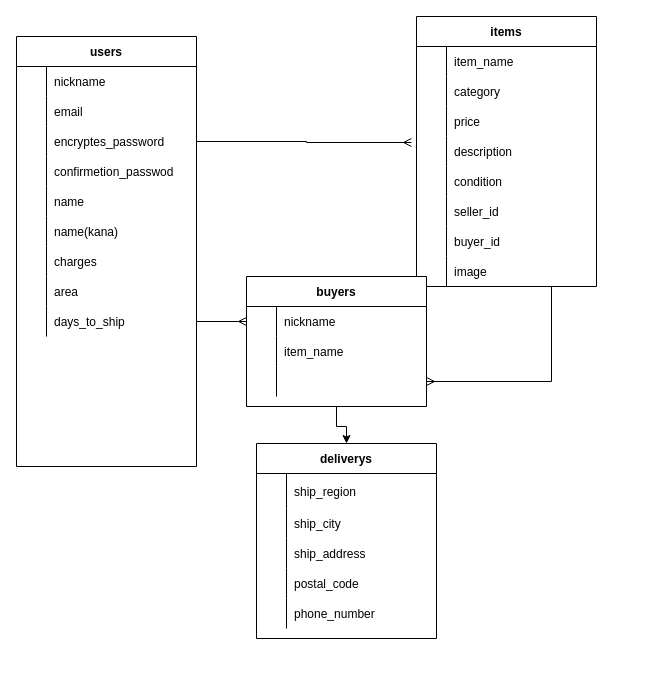
Above: app/assets/images/test.dio in motuko61/furima-35954 (draw.io), before the change. Source tidied: cells renumbered, new cells numbered last; positions are measured from the earlier drawing's top-left corner, leaving out a move shared by most shapes. Both pictures are drawn from the tidied source at 100%, with x=0, y=0 at pixel (16, 16).
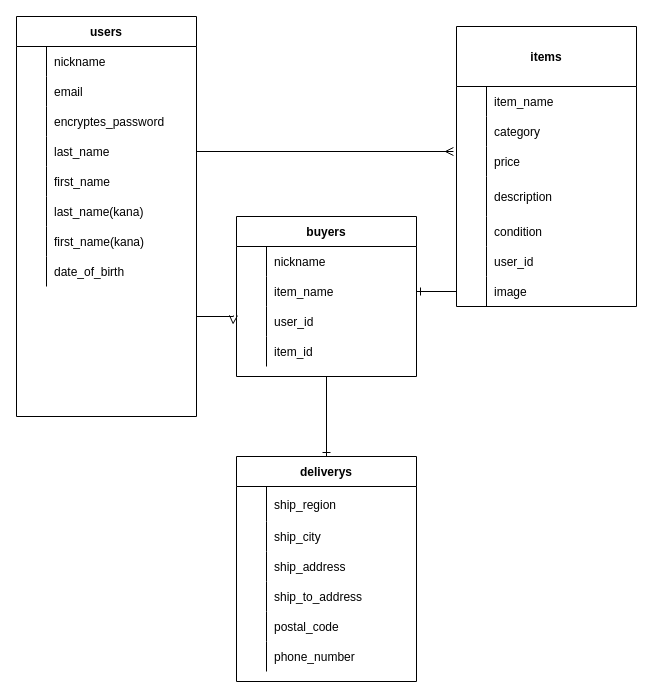
After the change.

Unchanged cells that the change refers to:
```xml
<mxCell id="46" style="shape=partialRectangle;fillColor=none;top=0;left=0;bottom=0;right=0;points=[[0,0.5],[1,0.5]];portConstraint=eastwest;" parent="45" vertex="1">
  <mxGeometry y="30" width="180" height="30" as="geometry" />
</mxCell>
<mxCell id="49" style="shape=partialRectangle;fillColor=none;top=0;left=0;bottom=0;right=0;points=[[0,0.5],[1,0.5]];portConstraint=eastwest;" parent="45" vertex="1">
  <mxGeometry y="60" width="180" height="30" as="geometry" />
</mxCell>
<mxCell id="52" style="shape=partialRectangle;fillColor=none;top=0;left=0;bottom=0;right=0;points=[[0,0.5],[1,0.5]];portConstraint=eastwest;" parent="45" vertex="1">
  <mxGeometry y="90" width="180" height="30" as="geometry" />
</mxCell>
<mxCell id="62" style="shape=partialRectangle;fillColor=none;top=0;left=0;bottom=0;right=0;points=[[0,0.5],[1,0.5]];portConstraint=eastwest;" parent="55" vertex="1">
  <mxGeometry y="90" width="180" height="30" as="geometry" />
</mxCell>
<mxCell id="65" style="shape=partialRectangle;fillColor=none;top=0;left=0;bottom=0;right=0;points=[[0,0.5],[1,0.5]];portConstraint=eastwest;" parent="55" vertex="1">
  <mxGeometry y="120" width="180" height="30" as="geometry" />
</mxCell>
<mxCell id="68" style="shape=partialRectangle;fillColor=none;top=0;left=0;bottom=0;right=0;" parent="55" vertex="1">
  <mxGeometry y="150" width="180" height="30" as="geometry" />
</mxCell>
<mxCell id="71" style="shape=partialRectangle;fillColor=none;top=0;left=0;bottom=0;right=0;" parent="55" vertex="1">
  <mxGeometry y="180" width="180" height="30" as="geometry" />
</mxCell>
```

Diff of the diagram source:
```diff
@@
     <mxCell id="2" value="deliverys" style="shape=table;startSize=30;childLayout=tableLayout;rowLines=0;fontStyle=1;align=center;" parent="1" vertex="1">
-      <mxGeometry x="240" y="427" width="180" height="195" as="geometry" />
+      <mxGeometry x="220" y="440" width="180" height="225" as="geometry" />
     </mxCell>
@@
+    <mxCell id="85" style="shape=partialRectangle;fillColor=none;top=0;left=0;bottom=0;right=0;" parent="2" vertex="1">
+      <mxGeometry y="125" width="180" height="30" as="geometry" />
+    </mxCell>
+    <mxCell id="86" style="shape=partialRectangle;fillColor=none;top=0;left=0;bottom=0;right=0;overflow=hidden;" parent="85" vertex="1">
+      <mxGeometry width="30" height="30" as="geometry" />
+    </mxCell>
+    <mxCell id="87" value="ship_to_address" style="shape=partialRectangle;fillColor=none;top=0;left=0;bottom=0;right=0;align=left;spacingLeft=6;overflow=hidden;" parent="85" vertex="1">
+      <mxGeometry x="30" width="150" height="30" as="geometry" />
+    </mxCell>
     <mxCell id="12" style="shape=partialRectangle;fillColor=none;top=0;left=0;bottom=0;right=0;" parent="2" vertex="1">
-      <mxGeometry y="125" width="180" height="30" as="geometry" />
+      <mxGeometry y="155" width="180" height="30" as="geometry" />
     </mxCell>
@@
     <mxCell id="15" style="shape=partialRectangle;fillColor=none;top=0;left=0;bottom=0;right=0;" parent="2" vertex="1">
-      <mxGeometry y="155" width="180" height="30" as="geometry" />
+      <mxGeometry y="185" width="180" height="30" as="geometry" />
     </mxCell>
@@
-    <mxCell id="18" style="edgeStyle=orthogonalEdgeStyle;rounded=0;jettySize=auto;html=1;exitX=0.75;exitY=1;exitDx=0;exitDy=0;entryX=1;entryY=0.5;entryDx=0;entryDy=0;endArrow=ERmany;endFill=0;" parent="1" edge="1" source="19" target="52">
+    <mxCell id="18" style="edgeStyle=orthogonalEdgeStyle;rounded=0;jettySize=auto;html=1;exitX=0.75;exitY=1;exitDx=0;exitDy=0;entryX=1;entryY=0.5;entryDx=0;entryDy=0;endArrow=ERmany;endFill=0;" parent="1" edge="1" source="19">
       <mxGeometry relative="1" as="geometry" />
     </mxCell>
-    <mxCell id="19" value="items" style="shape=table;startSize=30;childLayout=tableLayout;rowLines=0;fontStyle=1;align=center;" parent="1" vertex="1">
-      <mxGeometry x="400" width="180" height="270" as="geometry" />
+    <mxCell id="19" value="items" style="shape=table;startSize=60;childLayout=tableLayout;rowLines=0;fontStyle=1;align=center;" parent="1" vertex="1">
+      <mxGeometry x="440" y="10" width="180" height="280" as="geometry" />
     </mxCell>
     <mxCell id="20" style="shape=partialRectangle;fillColor=none;top=0;left=0;bottom=0;right=0;" parent="19" vertex="1">
-      <mxGeometry y="30" width="180" height="30" as="geometry" />
+      <mxGeometry y="60" width="180" height="30" as="geometry" />
     </mxCell>
@@
     <mxCell id="23" style="shape=partialRectangle;fillColor=none;top=0;left=0;bottom=0;right=0;" parent="19" vertex="1">
-      <mxGeometry y="60" width="180" height="30" as="geometry" />
+      <mxGeometry y="90" width="180" height="30" as="geometry" />
     </mxCell>
@@
     <mxCell id="26" style="shape=partialRectangle;fillColor=none;top=0;left=0;bottom=0;right=0;points=[[0,0.5],[1,0.5]];portConstraint=eastwest;" parent="19" vertex="1">
-      <mxGeometry y="90" width="180" height="30" as="geometry" />
+      <mxGeometry y="120" width="180" height="30" as="geometry" />
     </mxCell>
@@
     <mxCell id="29" style="shape=partialRectangle;fillColor=none;top=0;left=0;bottom=0;right=0;points=[[0,0.5],[1,0.5]];portConstraint=eastwest;" parent="19" vertex="1">
-      <mxGeometry y="120" width="180" height="30" as="geometry" />
+      <mxGeometry y="150" width="180" height="40" as="geometry" />
     </mxCell>
     <mxCell id="30" style="shape=partialRectangle;fillColor=none;top=0;left=0;bottom=0;right=0;overflow=hidden;" parent="29" vertex="1">
-      <mxGeometry width="30" height="30" as="geometry" />
+      <mxGeometry width="30" height="40" as="geometry" />
     </mxCell>
     <mxCell id="31" value="description" style="shape=partialRectangle;fillColor=none;top=0;left=0;bottom=0;right=0;align=left;spacingLeft=6;overflow=hidden;" parent="29" vertex="1">
-      <mxGeometry x="30" width="150" height="30" as="geometry" />
+      <mxGeometry x="30" width="150" height="40" as="geometry" />
     </mxCell>
     <mxCell id="32" style="shape=partialRectangle;fillColor=none;top=0;left=0;bottom=0;right=0;" parent="19" vertex="1">
-      <mxGeometry y="150" width="180" height="30" as="geometry" />
+      <mxGeometry y="190" width="180" height="30" as="geometry" />
     </mxCell>
@@
-    <mxCell id="35" style="shape=partialRectangle;fillColor=none;top=0;left=0;bottom=0;right=0;" parent="19" vertex="1">
-      <mxGeometry y="180" width="180" height="30" as="geometry" />
-    </mxCell>
-    <mxCell id="36" style="shape=partialRectangle;fillColor=none;top=0;left=0;bottom=0;right=0;overflow=hidden;" parent="35" vertex="1">
-      <mxGeometry width="30" height="30" as="geometry" />
-    </mxCell>
-    <mxCell id="37" value="seller_id" style="shape=partialRectangle;fillColor=none;top=0;left=0;bottom=0;right=0;align=left;spacingLeft=6;overflow=hidden;" parent="35" vertex="1">
-      <mxGeometry x="30" width="150" height="30" as="geometry" />
-    </mxCell>
     <mxCell id="38" style="shape=partialRectangle;fillColor=none;top=0;left=0;bottom=0;right=0;" parent="19" vertex="1">
-      <mxGeometry y="210" width="180" height="30" as="geometry" />
+      <mxGeometry y="220" width="180" height="30" as="geometry" />
     </mxCell>
@@
-    <mxCell id="40" value="buyer_id" style="shape=partialRectangle;fillColor=none;top=0;left=0;bottom=0;right=0;align=left;spacingLeft=6;overflow=hidden;" parent="38" vertex="1">
+    <mxCell id="40" value="user_id" style="shape=partialRectangle;fillColor=none;top=0;left=0;bottom=0;right=0;align=left;spacingLeft=6;overflow=hidden;" parent="38" vertex="1">
       <mxGeometry x="30" width="150" height="30" as="geometry" />
     </mxCell>
     <mxCell id="41" style="shape=partialRectangle;fillColor=none;top=0;left=0;bottom=0;right=0;points=[[0,0.5],[1,0.5]];portConstraint=eastwest;" parent="19" vertex="1">
-      <mxGeometry y="240" width="180" height="30" as="geometry" />
+      <mxGeometry y="250" width="180" height="30" as="geometry" />
     </mxCell>
@@
-    <mxCell id="44" style="edgeStyle=orthogonalEdgeStyle;rounded=0;jettySize=auto;html=1;exitX=0.5;exitY=1;exitDx=0;exitDy=0;" parent="1" edge="1" source="45" target="2">
+    <mxCell id="44" style="edgeStyle=orthogonalEdgeStyle;rounded=0;jettySize=auto;html=1;exitX=0.5;exitY=1;exitDx=0;exitDy=0;endArrow=ERone;endFill=0;" parent="1" edge="1" source="45" target="2">
       <mxGeometry relative="1" as="geometry" />
     </mxCell>
     <mxCell id="45" value="buyers" style="shape=table;startSize=30;childLayout=tableLayout;rowLines=0;fontStyle=1;align=center;" parent="1" vertex="1">
-      <mxGeometry x="230" y="260" width="180" height="130" as="geometry" />
+      <mxGeometry x="220" y="200" width="180" height="160" as="geometry" />
     </mxCell>
@@
-    <mxCell id="53" style="shape=partialRectangle;fillColor=none;top=0;left=0;bottom=0;right=0;overflow=hidden;" parent="52" vertex="1">
-      <mxGeometry width="30" height="30" as="geometry" />
-    </mxCell>
-    <mxCell id="54" style="shape=partialRectangle;fillColor=none;top=0;left=0;bottom=0;right=0;align=left;spacingLeft=6;overflow=hidden;" parent="52" vertex="1">
-      <mxGeometry x="30" width="150" height="30" as="geometry" />
-    </mxCell>
+    <mxCell id="88" style="shape=partialRectangle;fillColor=none;top=0;left=0;bottom=0;right=0;overflow=hidden;" parent="52" vertex="1">
+      <mxGeometry width="30" height="30" as="geometry" />
+    </mxCell>
+    <mxCell id="89" value="user_id" style="shape=partialRectangle;fillColor=none;top=0;left=0;bottom=0;right=0;align=left;spacingLeft=6;overflow=hidden;" parent="52" vertex="1">
+      <mxGeometry x="30" width="150" height="30" as="geometry" />
+    </mxCell>
+    <mxCell id="90" style="shape=partialRectangle;fillColor=none;top=0;left=0;bottom=0;right=0;" parent="45" vertex="1">
+      <mxGeometry y="120" width="180" height="30" as="geometry" />
+    </mxCell>
+    <mxCell id="91" style="shape=partialRectangle;fillColor=none;top=0;left=0;bottom=0;right=0;overflow=hidden;" parent="90" vertex="1">
+      <mxGeometry width="30" height="30" as="geometry" />
+    </mxCell>
+    <mxCell id="92" value="item_id" style="shape=partialRectangle;fillColor=none;top=0;left=0;bottom=0;right=0;align=left;spacingLeft=6;overflow=hidden;" parent="90" vertex="1">
+      <mxGeometry x="30" width="150" height="30" as="geometry" />
+    </mxCell>
+    <mxCell id="93" style="edgeStyle=orthogonalEdgeStyle;rounded=0;jettySize=auto;html=1;exitX=1;exitY=0.75;exitDx=0;exitDy=0;entryX=-0.017;entryY=0.3;entryDx=0;entryDy=0;entryPerimeter=0;endArrow=ERmany;endFill=0;" parent="1" edge="1" source="55" target="52">
+      <mxGeometry relative="1" as="geometry" />
+    </mxCell>
     <mxCell id="55" value="users" style="shape=table;startSize=30;childLayout=tableLayout;rowLines=0;fontStyle=1;align=center;" parent="1" vertex="1">
-      <mxGeometry y="20" width="180" height="430" as="geometry" />
+      <mxGeometry width="180" height="400" as="geometry" />
     </mxCell>
@@
-    <mxCell id="67" value="confirmetion_passwod" style="shape=partialRectangle;fillColor=none;top=0;left=0;bottom=0;right=0;align=left;spacingLeft=6;overflow=hidden;shadow=1;" parent="65" vertex="1">
+    <mxCell id="67" value="last_name" style="shape=partialRectangle;fillColor=none;top=0;left=0;bottom=0;right=0;align=left;spacingLeft=6;overflow=hidden;shadow=1;" parent="65" vertex="1">
       <mxGeometry x="30" width="150" height="30" as="geometry" />
     </mxCell>
@@
-    <mxCell id="70" value="name" style="shape=partialRectangle;fillColor=none;top=0;left=0;bottom=0;right=0;align=left;spacingLeft=6;overflow=hidden;shadow=1;" parent="68" vertex="1">
+    <mxCell id="70" value="first_name" style="shape=partialRectangle;fillColor=none;top=0;left=0;bottom=0;right=0;align=left;spacingLeft=6;overflow=hidden;shadow=1;" parent="68" vertex="1">
       <mxGeometry x="30" width="150" height="30" as="geometry" />
     </mxCell>
@@
-    <mxCell id="73" value="name(kana)" style="shape=partialRectangle;fillColor=none;top=0;left=0;bottom=0;right=0;align=left;spacingLeft=6;overflow=hidden;shadow=1;" parent="71" vertex="1">
+    <mxCell id="73" value="last_name(kana)" style="shape=partialRectangle;fillColor=none;top=0;left=0;bottom=0;right=0;align=left;spacingLeft=6;overflow=hidden;shadow=1;" parent="71" vertex="1">
       <mxGeometry x="30" width="150" height="30" as="geometry" />
     </mxCell>
+    <mxCell id="94" style="shape=partialRectangle;fillColor=none;top=0;left=0;bottom=0;right=0;" parent="55" vertex="1">
+      <mxGeometry y="210" width="180" height="30" as="geometry" />
+    </mxCell>
+    <mxCell id="95" style="shape=partialRectangle;fillColor=none;top=0;left=0;bottom=0;right=0;overflow=hidden;" parent="94" vertex="1">
+      <mxGeometry width="30" height="30" as="geometry" />
+    </mxCell>
+    <mxCell id="96" value="first_name(kana)" style="shape=partialRectangle;fillColor=none;top=0;left=0;bottom=0;right=0;align=left;spacingLeft=6;overflow=hidden;shadow=1;" parent="94" vertex="1">
+      <mxGeometry x="30" width="150" height="30" as="geometry" />
+    </mxCell>
     <mxCell id="74" style="shape=partialRectangle;fillColor=none;top=0;left=0;bottom=0;right=0;" parent="55" vertex="1">
-      <mxGeometry y="210" width="180" height="30" as="geometry" />
+      <mxGeometry y="240" width="180" height="30" as="geometry" />
     </mxCell>
@@
-    <mxCell id="76" value="charges" style="shape=partialRectangle;fillColor=none;top=0;left=0;bottom=0;right=0;align=left;spacingLeft=6;overflow=hidden;shadow=1;" parent="74" vertex="1">
+    <mxCell id="76" value="date_of_birth" style="shape=partialRectangle;fillColor=none;top=0;left=0;bottom=0;right=0;align=left;spacingLeft=6;overflow=hidden;shadow=1;" parent="74" vertex="1">
       <mxGeometry x="30" width="150" height="30" as="geometry" />
     </mxCell>
-    <mxCell id="77" style="shape=partialRectangle;fillColor=none;top=0;left=0;bottom=0;right=0;" parent="55" vertex="1">
-      <mxGeometry y="240" width="180" height="30" as="geometry" />
-    </mxCell>
-    <mxCell id="78" style="shape=partialRectangle;fillColor=none;top=0;left=0;bottom=0;right=0;overflow=hidden;" parent="77" vertex="1">
-      <mxGeometry width="30" height="30" as="geometry" />
-    </mxCell>
-    <mxCell id="79" value="area" style="shape=partialRectangle;fillColor=none;top=0;left=0;bottom=0;right=0;align=left;spacingLeft=6;overflow=hidden;shadow=1;" parent="77" vertex="1">
-      <mxGeometry x="30" width="150" height="30" as="geometry" />
-    </mxCell>
-    <mxCell id="80" style="shape=partialRectangle;fillColor=none;top=0;left=0;bottom=0;right=0;points=[[0,0.5],[1,0.5]];portConstraint=eastwest;" parent="55" vertex="1">
-      <mxGeometry y="270" width="180" height="30" as="geometry" />
-    </mxCell>
-    <mxCell id="81" style="shape=partialRectangle;fillColor=none;top=0;left=0;bottom=0;right=0;overflow=hidden;" parent="80" vertex="1">
-      <mxGeometry width="30" height="30" as="geometry" />
-    </mxCell>
-    <mxCell id="82" value="days_to_ship" style="shape=partialRectangle;fillColor=none;top=0;left=0;bottom=0;right=0;align=left;spacingLeft=6;overflow=hidden;shadow=1;" parent="80" vertex="1">
-      <mxGeometry x="30" width="150" height="30" as="geometry" />
-    </mxCell>
-    <mxCell id="83" style="edgeStyle=orthogonalEdgeStyle;rounded=0;jettySize=auto;html=1;exitX=1;exitY=0.5;exitDx=0;exitDy=0;endArrow=ERmany;endFill=0;" parent="1" edge="1" source="80" target="46">
+    <mxCell id="83" style="edgeStyle=orthogonalEdgeStyle;rounded=0;jettySize=auto;html=1;exitX=1;exitY=0.5;exitDx=0;exitDy=0;endArrow=ERmany;endFill=0;" parent="1" edge="1" target="46">
       <mxGeometry relative="1" as="geometry" />
     </mxCell>
-    <mxCell id="84" style="edgeStyle=orthogonalEdgeStyle;rounded=0;jettySize=auto;html=1;exitX=1;exitY=0.5;exitDx=0;exitDy=0;entryX=-0.028;entryY=0.2;entryDx=0;entryDy=0;entryPerimeter=0;endArrow=ERmany;endFill=0;" parent="1" edge="1" source="62" target="29">
-      <mxGeometry relative="1" as="geometry" />
-    </mxCell>
+    <mxCell id="97" style="edgeStyle=orthogonalEdgeStyle;rounded=0;jettySize=auto;html=1;exitX=1;exitY=0.5;exitDx=0;exitDy=0;entryX=-0.017;entryY=0.167;entryDx=0;entryDy=0;entryPerimeter=0;endArrow=ERmany;endFill=0;" parent="1" edge="1" source="65" target="26">
+      <mxGeometry relative="1" as="geometry" />
+    </mxCell>
+    <mxCell id="98" style="edgeStyle=orthogonalEdgeStyle;rounded=0;jettySize=auto;html=1;exitX=0;exitY=0.5;exitDx=0;exitDy=0;entryX=1;entryY=0.5;entryDx=0;entryDy=0;endArrow=ERone;endFill=0;" parent="1" edge="1" source="41" target="49">
+      <mxGeometry relative="1" as="geometry" />
+    </mxCell>
```
